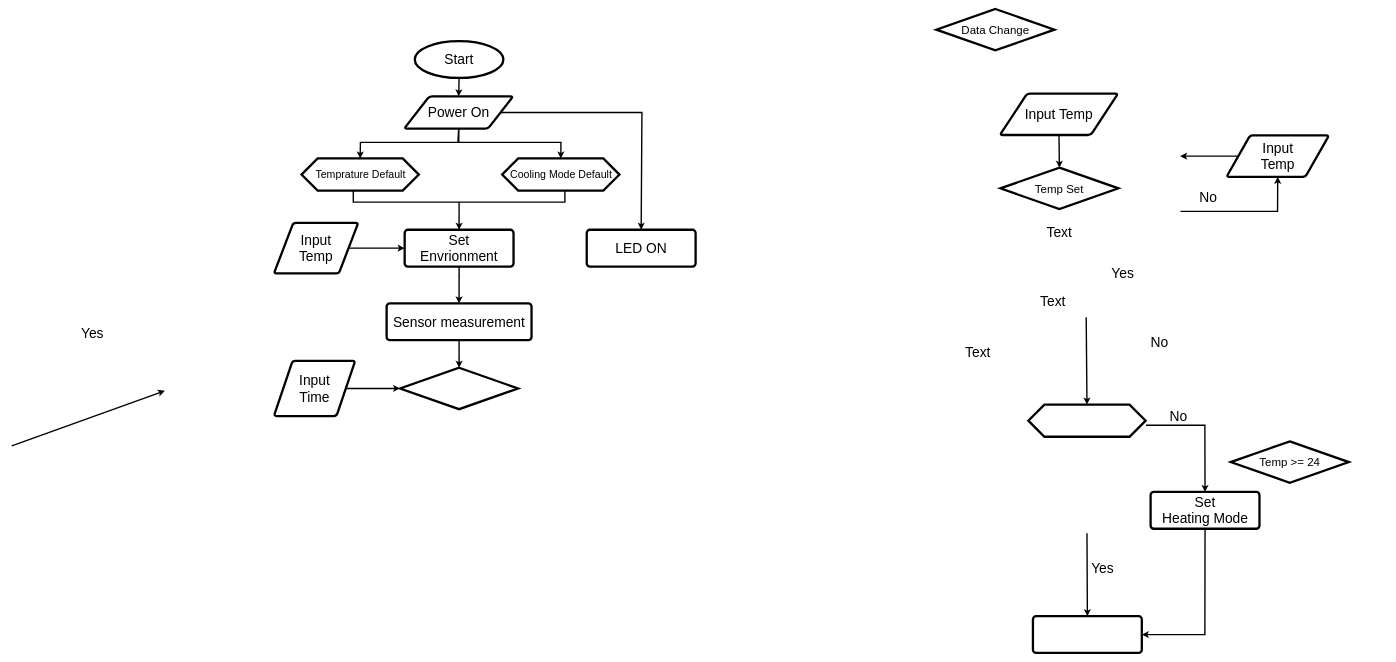
The draw.io diagram 홈키팜_02.drawio in Sun-Rang/AI_-, before the edit. Source tidied: cells renumbered, new cells numbered last; positions are measured from the earlier drawing's top-left corner, leaving out a move shared by most shapes. Both pictures are drawn from the tidied source at 46%, with x=0, y=0 at pixel (12, 9).
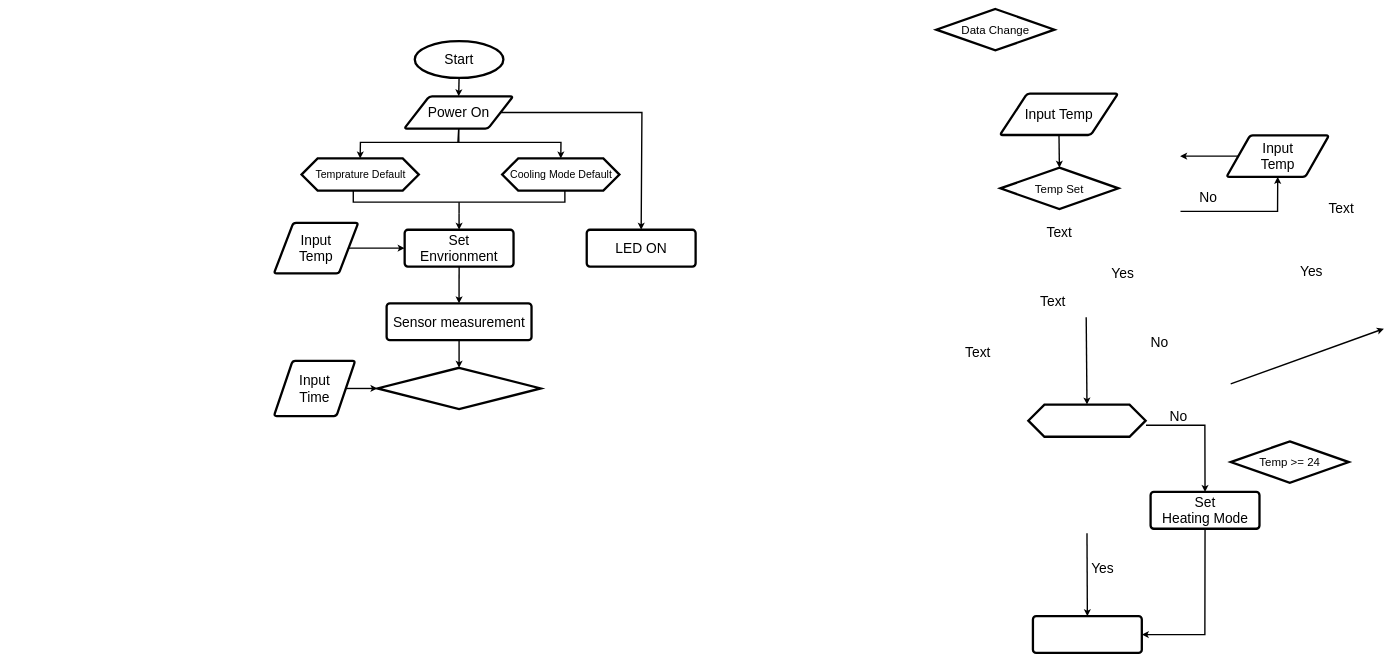
The same diagram, later.

Commit message (it also covers changes not shown here):
홈키팜_02.drawio 업데이트

Change to the diagram source:
```diff
@@
     <mxCell id="35" style="endArrow=classic;html=1;rounded=0;fontFamily=Helvetica;fontSize=30;fontColor=default;strokeWidth=3;" parent="1" edge="1">
       <mxGeometry relative="1" as="geometry">
-        <mxPoint y="950" as="sourcePoint" />
-        <mxPoint x="333" y="830" as="targetPoint" />
+        <mxPoint x="2650" y="815" as="sourcePoint" />
+        <mxPoint x="2983" y="695" as="targetPoint" />
       </mxGeometry>
     </mxCell>
     <mxCell id="36" value="Yes" style="text;html=1;align=center;verticalAlign=middle;strokeColor=none;fillColor=none;fontSize=30;fontFamily=Helvetica;fontColor=default;" parent="1" vertex="1">
-      <mxGeometry x="140" y="680" width="70" height="50" as="geometry" />
+      <mxGeometry x="2790" y="545" width="70" height="50" as="geometry" />
     </mxCell>
@@
     <mxCell id="44" style="strokeWidth=5;html=1;shape=mxgraph.flowchart.decision;whiteSpace=wrap;strokeColor=default;fontFamily=Helvetica;fontSize=25;fontColor=default;fillColor=default;" parent="1" vertex="1">
-      <mxGeometry x="844.2" y="780" width="256.7" height="90" as="geometry" />
+      <mxGeometry x="795" y="780" width="355" height="90" as="geometry" />
     </mxCell>
@@
+    <mxCell id="49" value="Text" style="text;html=1;align=center;verticalAlign=middle;strokeColor=none;fillColor=none;fontSize=30;fontFamily=Helvetica;fontColor=default;" parent="1" vertex="1">
+      <mxGeometry x="2850" y="408" width="80" height="50" as="geometry" />
+    </mxCell>
```
